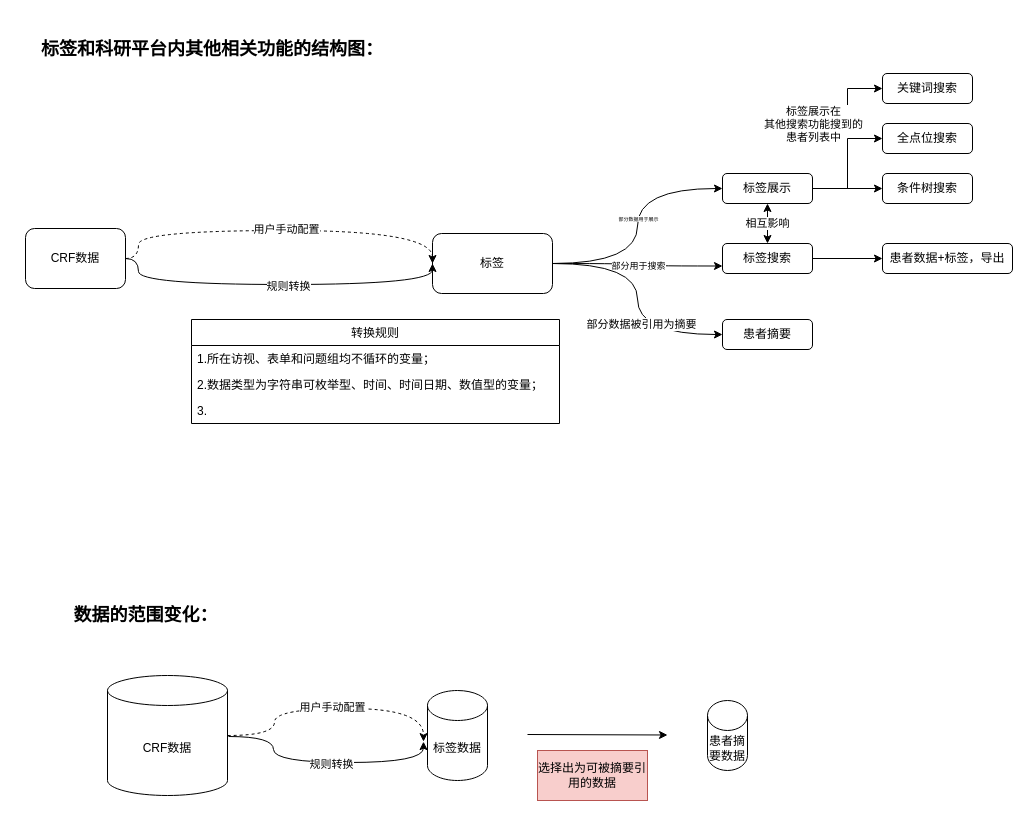
Above: 系统关系.drawio in ElsaTravel/hello-world (draw.io), before the change. Source tidied: cells renumbered, new cells numbered last; positions are measured from the earlier drawing's top-left corner, leaving out a move shared by most shapes. Both pictures are drawn from the tidied source at 100%, with x=0, y=0 at pixel (17, 37).
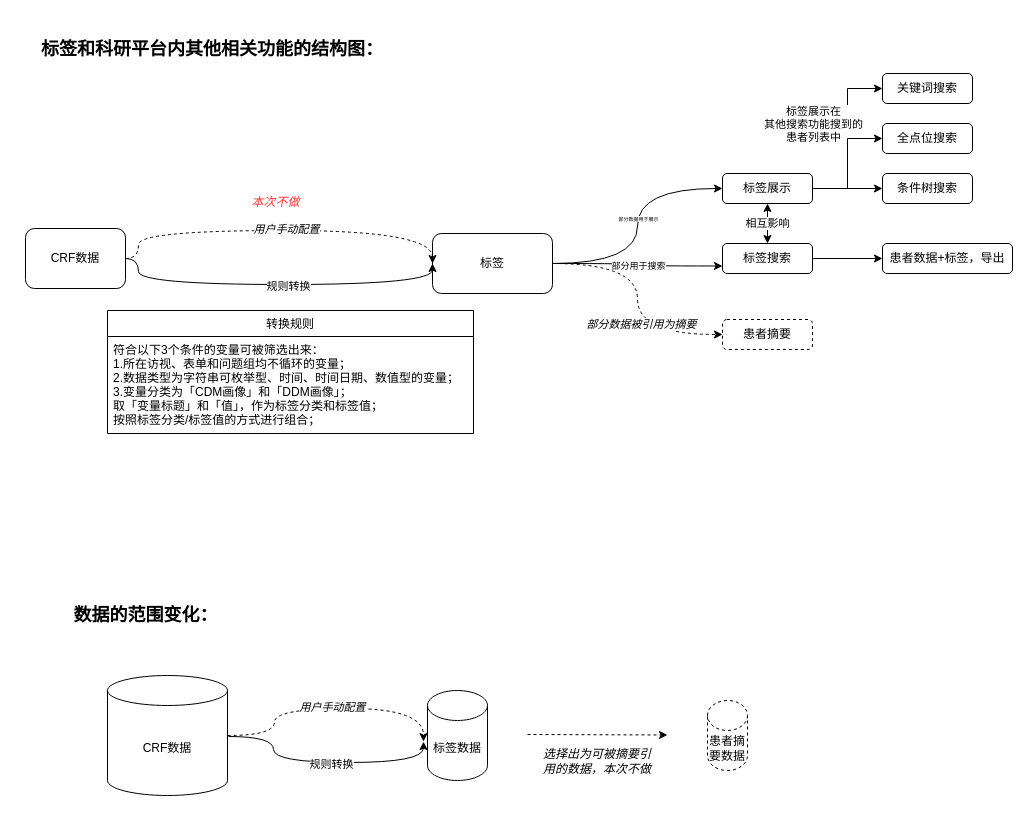
The same page after the edit.

Commit message:
更新系统关系.drawio

The change refers to these unchanged cells:
```xml
<mxCell id="10" value="标签" style="rounded=1;whiteSpace=wrap;html=1;" parent="1" vertex="1">
  <mxGeometry x="415" y="196" width="120" height="60" as="geometry" />
</mxCell>
<mxCell id="15" style="edgeStyle=orthogonalEdgeStyle;curved=1;rounded=0;jettySize=auto;html=1;exitX=1;exitY=0.5;exitDx=0;exitDy=0;entryX=0;entryY=0.5;entryDx=0;entryDy=0;dashed=1;" parent="1" edge="1" source="19" target="10">
  <mxGeometry relative="1" as="geometry">
    <Array as="points">
      <mxPoint x="121" y="193" />
      <mxPoint x="415" y="193" />
    </Array>
  </mxGeometry>
</mxCell>
<mxCell id="39" style="edgeStyle=orthogonalEdgeStyle;curved=1;rounded=0;jettySize=auto;html=1;exitX=1;exitY=0.5;exitDx=0;exitDy=0;entryX=0;entryY=0.5;entryDx=0;entryDy=0;dashed=1;exitPerimeter=0;" parent="1" edge="1" source="12">
  <mxGeometry relative="1" as="geometry">
    <mxPoint x="406" y="704.1" as="targetPoint" />
    <Array as="points">
      <mxPoint x="257" y="698" />
      <mxPoint x="257" y="671" />
      <mxPoint x="406" y="671" />
    </Array>
  </mxGeometry>
</mxCell>
```

What changed in the source:
```diff
@@
-    <mxCell id="2" style="endArrow=classic;html=1;" parent="1" edge="1">
+    <mxCell id="2" style="endArrow=classic;html=1;dashed=1;" parent="1" edge="1">
       <mxGeometry relative="1" as="geometry">
         <mxPoint x="510" y="697" as="sourcePoint" />
         <mxPoint x="650" y="697.5" as="targetPoint" />
       </mxGeometry>
     </mxCell>
-    <mxCell id="3" value="选择出为可被摘要引用的数据" style="text;html=1;strokeColor=#b85450;fillColor=#f8cecc;align=center;verticalAlign=middle;whiteSpace=wrap;rounded=0;" parent="1" vertex="1">
-      <mxGeometry x="520" y="713" width="110" height="50" as="geometry" />
+    <mxCell id="3" value="&lt;i&gt;选择出为可被摘要引用的数据，本次不做&lt;/i&gt;" style="text;html=1;align=center;verticalAlign=middle;whiteSpace=wrap;rounded=0;" parent="1" vertex="1">
+      <mxGeometry x="525" y="699" width="110" height="50" as="geometry" />
     </mxCell>
@@
-    <mxCell id="8" style="edgeStyle=orthogonalEdgeStyle;curved=1;rounded=0;jettySize=auto;html=1;exitX=1;exitY=0.5;exitDx=0;exitDy=0;entryX=0;entryY=0.5;entryDx=0;entryDy=0;" parent="1" edge="1" source="10" target="28">
+    <mxCell id="8" style="edgeStyle=orthogonalEdgeStyle;curved=1;rounded=0;jettySize=auto;html=1;exitX=1;exitY=0.5;exitDx=0;exitDy=0;entryX=0;entryY=0.5;entryDx=0;entryDy=0;dashed=1;" parent="1" edge="1" source="10" target="28">
       <mxGeometry relative="1" as="geometry" />
     </mxCell>
-    <mxCell id="9" value="部分数据被引用为摘要" style="edgeLabel;html=1;align=center;verticalAlign=middle;" parent="8" vertex="1">
+    <mxCell id="9" value="部分数据被引用为摘要" style="edgeLabel;html=1;align=center;verticalAlign=middle;fontStyle=2;" parent="8" vertex="1">
       <mxGeometry x="0.27" y="3" relative="1" as="geometry">
         <mxPoint y="-8" as="offset" />
       </mxGeometry>
     </mxCell>
@@
-    <mxCell id="13" value="患者摘要数据" style="shape=cylinder3;whiteSpace=wrap;html=1;boundedLbl=1;backgroundOutline=1;size=15;" parent="1" vertex="1">
+    <mxCell id="13" value="患者摘要数据" style="shape=cylinder3;whiteSpace=wrap;html=1;boundedLbl=1;backgroundOutline=1;size=15;dashed=1;" parent="1" vertex="1">
       <mxGeometry x="690" y="663" width="40" height="70" as="geometry" />
     </mxCell>
@@
-    <mxCell id="16" value="用户手动配置" style="edgeLabel;html=1;align=center;verticalAlign=middle;" parent="15" vertex="1">
+    <mxCell id="16" value="&lt;i&gt;用户手动配置&lt;/i&gt;" style="edgeLabel;html=1;align=center;verticalAlign=middle;" parent="15" vertex="1">
       <mxGeometry x="0.02" y="2" relative="1" as="geometry" />
     </mxCell>
@@
-    <mxCell id="28" value="患者摘要" style="rounded=1;whiteSpace=wrap;html=1;" parent="1" vertex="1">
+    <mxCell id="28" value="患者摘要" style="rounded=1;whiteSpace=wrap;html=1;dashed=1;" parent="1" vertex="1">
       <mxGeometry x="705" y="282" width="90" height="30" as="geometry" />
     </mxCell>
@@
     <mxCell id="30" value="转换规则" style="swimlane;fontStyle=0;horizontal=1;startSize=26;" parent="1" vertex="1">
-      <mxGeometry x="174" y="282" width="368" height="104" as="geometry" />
+      <mxGeometry x="90" y="273" width="366" height="123" as="geometry" />
     </mxCell>
-    <mxCell id="31" value="1.所在访视、表单和问题组均不循环的变量；" style="text;align=left;verticalAlign=top;spacingLeft=4;spacingRight=4;overflow=hidden;" parent="30" vertex="1">
-      <mxGeometry y="26" width="368" height="26" as="geometry" />
+    <mxCell id="31" value="符合以下3个条件的变量可被筛选出来：&#10;1.所在访视、表单和问题组均不循环的变量；&#10;2.数据类型为字符串可枚举型、时间、时间日期、数值型的变量；&#10;3.变量分类为「CDM画像」和「DDM画像」；&#10;取「变量标题」和「值」，作为标签分类和标签值；&#10;按照标签分类/标签值的方式进行组合；" style="text;align=left;verticalAlign=top;spacingLeft=4;spacingRight=4;overflow=hidden;" parent="30" vertex="1">
+      <mxGeometry y="26" width="366" height="97" as="geometry" />
     </mxCell>
-    <mxCell id="32" value="2.数据类型为字符串可枚举型、时间、时间日期、数值型的变量；" style="text;align=left;verticalAlign=top;spacingLeft=4;spacingRight=4;overflow=hidden;" parent="30" vertex="1">
-      <mxGeometry y="52" width="368" height="26" as="geometry" />
-    </mxCell>
-    <mxCell id="33" value="3." style="text;align=left;verticalAlign=top;spacingLeft=4;spacingRight=4;overflow=hidden;" parent="30" vertex="1">
-      <mxGeometry y="78" width="368" height="26" as="geometry" />
-    </mxCell>
@@
-    <mxCell id="40" value="用户手动配置" style="edgeLabel;html=1;align=center;verticalAlign=middle;" parent="39" vertex="1">
+    <mxCell id="40" value="用户手动配置" style="edgeLabel;html=1;align=center;verticalAlign=middle;fontStyle=2;" parent="39" vertex="1">
       <mxGeometry x="0.02" y="2" relative="1" as="geometry" />
     </mxCell>
@@
+    <mxCell id="43" value="&lt;font color=&quot;#ff3333&quot;&gt;&lt;i&gt;本次不做&lt;/i&gt;&lt;/font&gt;" style="text;html=1;strokeColor=none;fillColor=none;align=center;verticalAlign=middle;whiteSpace=wrap;rounded=0;" parent="1" vertex="1">
+      <mxGeometry x="213" y="155" width="91" height="20" as="geometry" />
+    </mxCell>
```
